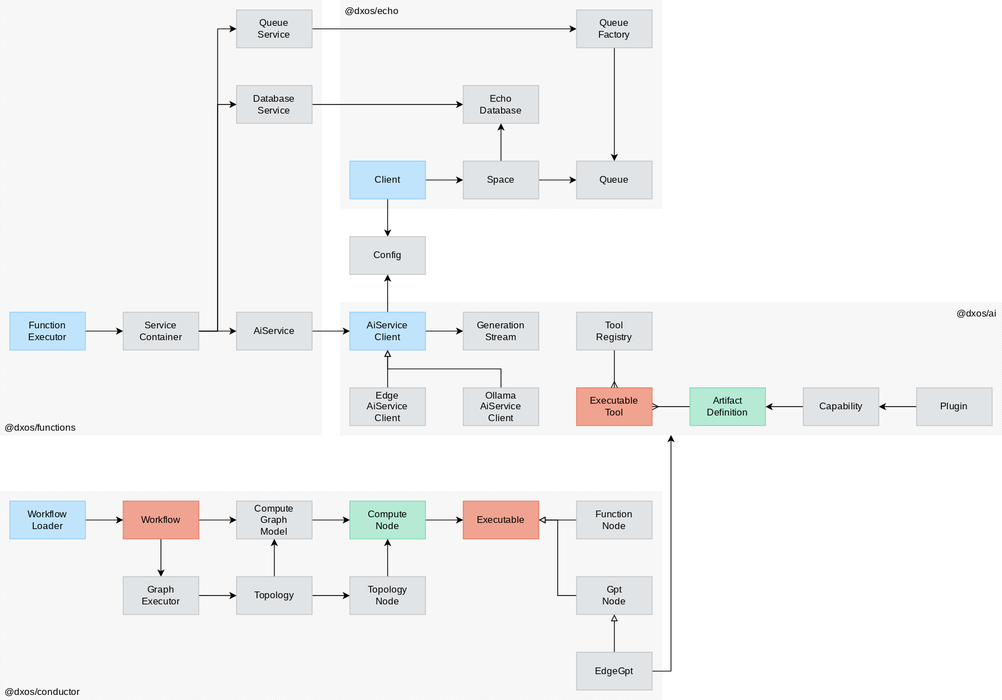
The draw.io diagram packages/core/ai/docs/ai.drawio.svg in dxos/dxos, before a commit. Source tidied: cells renumbered, new cells last; positions are measured from the earlier drawing's top-left corner, leaving out a move shared by most shapes.
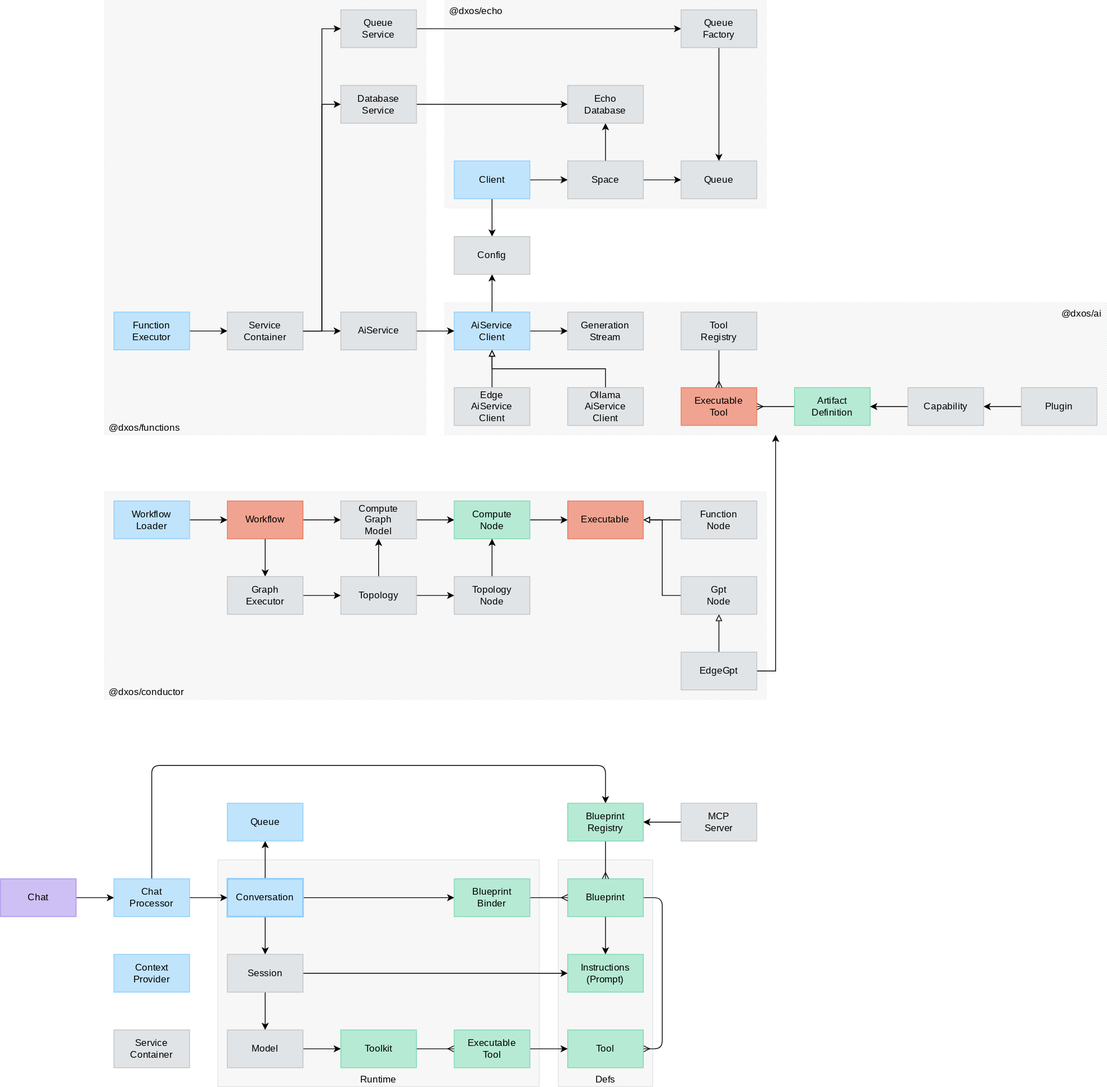
Later version of the same file.

Diff of the diagram source:
```diff
@@ -2,6 +2,12 @@
   <root>
     <mxCell id="0" />
     <mxCell id="1" parent="0" />
+    <mxCell id="70" value="Runtime" style="rounded=0;whiteSpace=wrap;html=1;fontFamily=Space Grotesk;fontSource=https%3A%2F%2Ffonts.googleapis.com%2Fcss%3Ffamily%3DSpace%2BGrotesk;fillColor=#F7F7F7;fontColor=#000000;strokeColor=#E1E4E6;verticalAlign=bottom;" parent="1" vertex="1">
+      <mxGeometry x="144" y="1092" width="408" height="288" as="geometry" />
+    </mxCell>
+    <mxCell id="71" value="Defs" style="rounded=0;whiteSpace=wrap;html=1;fontFamily=Space Grotesk;fontSource=https%3A%2F%2Ffonts.googleapis.com%2Fcss%3Ffamily%3DSpace%2BGrotesk;fillColor=#F7F7F7;fontColor=#000000;strokeColor=#E1E4E6;verticalAlign=bottom;" parent="1" vertex="1">
+      <mxGeometry x="576" y="1092" width="120" height="288" as="geometry" />
+    </mxCell>
     <mxCell id="2" value="@dxos/conductor" style="rounded=0;whiteSpace=wrap;html=1;fontFamily=Space Grotesk;fontSource=https%3A%2F%2Ffonts.googleapis.com%2Fcss%3Ffamily%3DSpace%2BGrotesk;verticalAlign=bottom;fillColor=#F7F7F7;dashed=1;strokeWidth=0.5;align=left;spacingLeft=4;spacingRight=4;fontColor=#000000;strokeColor=#E1E4E6;" parent="1" vertex="1">
       <mxGeometry y="624" width="840" height="264" as="geometry" />
     </mxCell>
@@ -231,5 +237,111 @@
     <mxCell id="69" value="Tool&lt;div&gt;Registry&lt;/div&gt;" style="rounded=0;whiteSpace=wrap;html=1;fontFamily=Space Grotesk;fontSource=https%3A%2F%2Ffonts.googleapis.com%2Fcss%3Ffamily%3DSpace%2BGrotesk;fillColor=#E1E4E6;fontColor=#000000;strokeColor=#C0C3C5;" parent="1" vertex="1">
       <mxGeometry x="732" y="396" width="96" height="48" as="geometry" />
     </mxCell>
+    <mxCell id="72" style="edgeStyle=none;html=1;endArrow=ERmany;endFill=0;" parent="1" edge="1" source="87" target="102">
+      <mxGeometry relative="1" as="geometry" />
+    </mxCell>
+    <mxCell id="73" style="edgeStyle=none;html=1;endArrow=ERmany;endFill=0;" parent="1" edge="1" source="75" target="76">
+      <mxGeometry relative="1" as="geometry">
+        <Array as="points">
+          <mxPoint x="708" y="1140" />
+          <mxPoint x="708" y="1332" />
+        </Array>
+      </mxGeometry>
+    </mxCell>
+    <mxCell id="74" style="edgeStyle=none;html=1;exitX=0.5;exitY=1;exitDx=0;exitDy=0;" parent="1" edge="1" source="75" target="88">
+      <mxGeometry relative="1" as="geometry" />
+    </mxCell>
+    <mxCell id="75" value="Blueprint" style="rounded=0;whiteSpace=wrap;html=1;fontFamily=Space Grotesk;fontSource=https%3A%2F%2Ffonts.googleapis.com%2Fcss%3Ffamily%3DSpace%2BGrotesk;fillColor=#B6EAD5;fontColor=#000000;strokeColor=#7CD7AF;" parent="1" vertex="1">
+      <mxGeometry x="588" y="1116" width="96" height="48" as="geometry" />
+    </mxCell>
+    <mxCell id="76" value="Tool" style="rounded=0;whiteSpace=wrap;html=1;fontFamily=Space Grotesk;fontSource=https%3A%2F%2Ffonts.googleapis.com%2Fcss%3Ffamily%3DSpace%2BGrotesk;fillColor=#B6EAD5;fontColor=#000000;strokeColor=#7CD7AF;" parent="1" vertex="1">
+      <mxGeometry x="588" y="1308" width="96" height="48" as="geometry" />
+    </mxCell>
+    <mxCell id="77" style="edgeStyle=none;html=1;endArrow=ERmany;endFill=0;" parent="1" edge="1" source="98" target="75">
+      <mxGeometry relative="1" as="geometry" />
+    </mxCell>
+    <mxCell id="78" style="edgeStyle=none;html=1;exitX=0.5;exitY=1;exitDx=0;exitDy=0;entryX=0.5;entryY=0;entryDx=0;entryDy=0;" parent="1" edge="1" source="81" target="84">
+      <mxGeometry relative="1" as="geometry" />
+    </mxCell>
+    <mxCell id="79" style="edgeStyle=none;html=1;" parent="1" edge="1" source="81" target="98">
+      <mxGeometry relative="1" as="geometry" />
+    </mxCell>
+    <mxCell id="80" style="edgeStyle=none;html=1;exitX=0.5;exitY=0;exitDx=0;exitDy=0;" parent="1" edge="1" source="81" target="100">
+      <mxGeometry relative="1" as="geometry" />
+    </mxCell>
+    <mxCell id="81" value="Conversation" style="rounded=0;whiteSpace=wrap;html=1;fontFamily=Space Grotesk;fontSource=https%3A%2F%2Ffonts.googleapis.com%2Fcss%3Ffamily%3DSpace%2BGrotesk;fillColor=#C0E4FC;fontColor=#000000;strokeColor=#8DCDFA;fontStyle=0;strokeWidth=2;" parent="1" vertex="1">
+      <mxGeometry x="156" y="1116" width="96" height="48" as="geometry" />
+    </mxCell>
+    <mxCell id="82" style="edgeStyle=none;html=1;exitX=0.5;exitY=1;exitDx=0;exitDy=0;" parent="1" edge="1" source="84" target="86">
+      <mxGeometry relative="1" as="geometry" />
+    </mxCell>
+    <mxCell id="83" style="edgeStyle=none;html=1;exitX=1;exitY=0.5;exitDx=0;exitDy=0;" parent="1" edge="1" source="84" target="88">
+      <mxGeometry relative="1" as="geometry" />
+    </mxCell>
+    <mxCell id="84" value="Session" style="rounded=0;whiteSpace=wrap;html=1;fontFamily=Space Grotesk;fontSource=https%3A%2F%2Ffonts.googleapis.com%2Fcss%3Ffamily%3DSpace%2BGrotesk;fillColor=#E1E4E6;fontColor=#000000;strokeColor=#C0C3C5;" parent="1" vertex="1">
+      <mxGeometry x="156" y="1212" width="96" height="48" as="geometry" />
+    </mxCell>
+    <mxCell id="85" style="edgeStyle=none;html=1;exitX=1;exitY=0.5;exitDx=0;exitDy=0;" parent="1" edge="1" source="86" target="87">
+      <mxGeometry relative="1" as="geometry" />
+    </mxCell>
+    <mxCell id="86" value="Model" style="rounded=0;whiteSpace=wrap;html=1;fontFamily=Space Grotesk;fontSource=https%3A%2F%2Ffonts.googleapis.com%2Fcss%3Ffamily%3DSpace%2BGrotesk;fillColor=#E1E4E6;fontColor=#000000;strokeColor=#C0C3C5;" parent="1" vertex="1">
+      <mxGeometry x="156" y="1308" width="96" height="48" as="geometry" />
+    </mxCell>
+    <mxCell id="87" value="Toolkit" style="rounded=0;whiteSpace=wrap;html=1;fontFamily=Space Grotesk;fontSource=https%3A%2F%2Ffonts.googleapis.com%2Fcss%3Ffamily%3DSpace%2BGrotesk;fillColor=#B6EAD5;fontColor=#000000;strokeColor=#7CD7AF;" parent="1" vertex="1">
+      <mxGeometry x="300" y="1308" width="96" height="48" as="geometry" />
+    </mxCell>
+    <mxCell id="88" value="Instructions&lt;div&gt;(Prompt)&lt;/div&gt;" style="rounded=0;whiteSpace=wrap;html=1;fontFamily=Space Grotesk;fontSource=https%3A%2F%2Ffonts.googleapis.com%2Fcss%3Ffamily%3DSpace%2BGrotesk;fillColor=#B6EAD5;fontColor=#000000;strokeColor=#7CD7AF;" parent="1" vertex="1">
+      <mxGeometry x="588" y="1212" width="96" height="48" as="geometry" />
+    </mxCell>
+    <mxCell id="89" style="edgeStyle=none;html=1;exitX=1;exitY=0.5;exitDx=0;exitDy=0;" parent="1" edge="1" source="91" target="81">
+      <mxGeometry relative="1" as="geometry" />
+    </mxCell>
+    <mxCell id="90" style="edgeStyle=none;html=1;exitX=0.5;exitY=0;exitDx=0;exitDy=0;" parent="1" edge="1" source="91" target="97">
+      <mxGeometry relative="1" as="geometry">
+        <Array as="points">
+          <mxPoint x="60" y="972" />
+          <mxPoint x="636" y="972" />
+        </Array>
+      </mxGeometry>
+    </mxCell>
+    <mxCell id="91" value="Chat&lt;br&gt;Processor" style="rounded=0;whiteSpace=wrap;html=1;fontFamily=Space Grotesk;fontSource=https%3A%2F%2Ffonts.googleapis.com%2Fcss%3Ffamily%3DSpace%2BGrotesk;fillColor=#C0E4FC;fontColor=#000000;strokeColor=#8DCDFA;" parent="1" vertex="1">
+      <mxGeometry x="12" y="1116" width="96" height="48" as="geometry" />
+    </mxCell>
+    <mxCell id="92" style="edgeStyle=none;html=1;exitX=0;exitY=0.5;exitDx=0;exitDy=0;" parent="1" edge="1" source="93" target="97">
+      <mxGeometry relative="1" as="geometry" />
+    </mxCell>
+    <mxCell id="93" value="MCP&lt;br&gt;Server" style="rounded=0;whiteSpace=wrap;html=1;fontFamily=Space Grotesk;fontSource=https%3A%2F%2Ffonts.googleapis.com%2Fcss%3Ffamily%3DSpace%2BGrotesk;fillColor=#E1E4E6;fontColor=#000000;strokeColor=#C0C3C5;" parent="1" vertex="1">
+      <mxGeometry x="732" y="1020" width="96" height="48" as="geometry" />
+    </mxCell>
+    <mxCell id="94" style="edgeStyle=none;html=1;exitX=1;exitY=0.5;exitDx=0;exitDy=0;" parent="1" edge="1" source="95" target="91">
+      <mxGeometry relative="1" as="geometry" />
+    </mxCell>
+    <mxCell id="95" value="Chat" style="rounded=0;whiteSpace=wrap;html=1;fontFamily=Space Grotesk;fontSource=https%3A%2F%2Ffonts.googleapis.com%2Fcss%3Ffamily%3DSpace%2BGrotesk;fillColor=#CEC0F4;fontColor=#000000;strokeColor=#AB92ED;" parent="1" vertex="1">
+      <mxGeometry x="-132" y="1116" width="96" height="48" as="geometry" />
+    </mxCell>
+    <mxCell id="96" style="edgeStyle=none;html=1;exitX=0.5;exitY=1;exitDx=0;exitDy=0;endArrow=ERmany;endFill=0;" parent="1" edge="1" source="97" target="75">
+      <mxGeometry relative="1" as="geometry" />
+    </mxCell>
+    <mxCell id="97" value="Blueprint&lt;div&gt;Registry&lt;/div&gt;" style="rounded=0;whiteSpace=wrap;html=1;fontFamily=Space Grotesk;fontSource=https%3A%2F%2Ffonts.googleapis.com%2Fcss%3Ffamily%3DSpace%2BGrotesk;fillColor=#B6EAD5;fontColor=#000000;strokeColor=#7CD7AF;" parent="1" vertex="1">
+      <mxGeometry x="588" y="1020" width="96" height="48" as="geometry" />
+    </mxCell>
+    <mxCell id="98" value="Blueprint&lt;div&gt;Binder&lt;/div&gt;" style="rounded=0;whiteSpace=wrap;html=1;fontFamily=Space Grotesk;fontSource=https%3A%2F%2Ffonts.googleapis.com%2Fcss%3Ffamily%3DSpace%2BGrotesk;fillColor=#B6EAD5;fontColor=#000000;strokeColor=#7CD7AF;" parent="1" vertex="1">
+      <mxGeometry x="444" y="1116" width="96" height="48" as="geometry" />
+    </mxCell>
+    <mxCell id="99" value="Context&lt;div&gt;Provider&lt;/div&gt;" style="rounded=0;whiteSpace=wrap;html=1;fontFamily=Space Grotesk;fontSource=https%3A%2F%2Ffonts.googleapis.com%2Fcss%3Ffamily%3DSpace%2BGrotesk;fillColor=#C0E4FC;fontColor=#000000;strokeColor=#8DCDFA;" parent="1" vertex="1">
+      <mxGeometry x="12" y="1212" width="96" height="48" as="geometry" />
+    </mxCell>
+    <mxCell id="100" value="Queue" style="rounded=0;whiteSpace=wrap;html=1;fontFamily=Space Grotesk;fontSource=https%3A%2F%2Ffonts.googleapis.com%2Fcss%3Ffamily%3DSpace%2BGrotesk;fillColor=#C0E4FC;fontColor=#000000;strokeColor=#8DCDFA;" parent="1" vertex="1">
+      <mxGeometry x="156" y="1020" width="96" height="48" as="geometry" />
+    </mxCell>
+    <mxCell id="101" style="edgeStyle=none;html=1;exitX=1;exitY=0.5;exitDx=0;exitDy=0;" parent="1" edge="1" source="102" target="76">
+      <mxGeometry relative="1" as="geometry" />
+    </mxCell>
+    <mxCell id="102" value="Executable&lt;br&gt;Tool" style="rounded=0;whiteSpace=wrap;html=1;fontFamily=Space Grotesk;fontSource=https%3A%2F%2Ffonts.googleapis.com%2Fcss%3Ffamily%3DSpace%2BGrotesk;fillColor=#B6EAD5;fontColor=#000000;strokeColor=#7CD7AF;" parent="1" vertex="1">
+      <mxGeometry x="444" y="1308" width="96" height="48" as="geometry" />
+    </mxCell>
+    <mxCell id="103" value="Service&lt;br&gt;Container" style="rounded=0;whiteSpace=wrap;html=1;fontFamily=Space Grotesk;fontSource=https%3A%2F%2Ffonts.googleapis.com%2Fcss%3Ffamily%3DSpace%2BGrotesk;fillColor=#E1E4E6;fontColor=#000000;strokeColor=#C0C3C5;" parent="1" vertex="1">
+      <mxGeometry x="12" y="1308" width="96" height="48" as="geometry" />
+    </mxCell>
   </root>
 </mxGraphModel>
```
